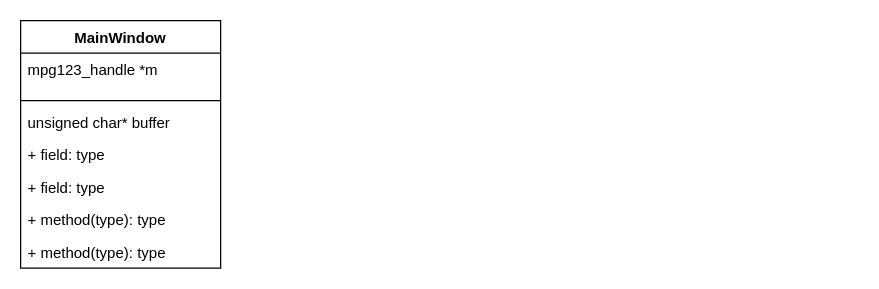
Earlier version of the draw.io diagram Untitled Diagram.drawio (Dmitrius69/soundTest). Source tidied: cells renumbered, new cells numbered last; positions are measured from the earlier drawing's top-left corner, leaving out a move shared by most shapes. Both pictures are drawn from the tidied source at 125%, with x=0, y=0 at pixel (20, 20).
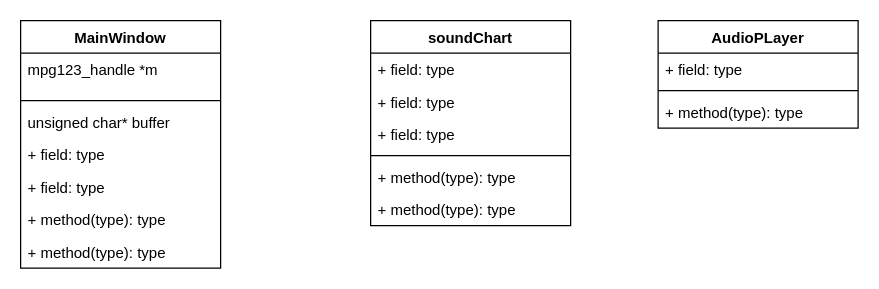
The same page after the edit.

Change to the diagram source:
```diff
@@
+    <mxCell id="10" value="soundChart" style="swimlane;fontStyle=1;align=center;verticalAlign=top;horizontal=1;startSize=26;" parent="1" vertex="1">
+      <mxGeometry x="280" width="160" height="164" as="geometry" />
+    </mxCell>
+    <mxCell id="11" value="+ field: type" style="text;strokeColor=none;fillColor=none;align=left;verticalAlign=top;spacingLeft=4;spacingRight=4;overflow=hidden;" parent="10" vertex="1">
+      <mxGeometry y="26" width="160" height="26" as="geometry" />
+    </mxCell>
+    <mxCell id="12" value="+ field: type" style="text;strokeColor=none;fillColor=none;align=left;verticalAlign=top;spacingLeft=4;spacingRight=4;overflow=hidden;" parent="10" vertex="1">
+      <mxGeometry y="52" width="160" height="26" as="geometry" />
+    </mxCell>
+    <mxCell id="13" value="+ field: type" style="text;strokeColor=none;fillColor=none;align=left;verticalAlign=top;spacingLeft=4;spacingRight=4;overflow=hidden;" parent="10" vertex="1">
+      <mxGeometry y="78" width="160" height="26" as="geometry" />
+    </mxCell>
+    <mxCell id="14" style="line;strokeWidth=1;fillColor=none;align=left;verticalAlign=middle;spacingTop=-1;spacingLeft=3;spacingRight=3;labelPosition=right;" parent="10" vertex="1">
+      <mxGeometry y="104" width="160" height="8" as="geometry" />
+    </mxCell>
+    <mxCell id="15" value="+ method(type): type" style="text;strokeColor=none;fillColor=none;align=left;verticalAlign=top;spacingLeft=4;spacingRight=4;overflow=hidden;" parent="10" vertex="1">
+      <mxGeometry y="112" width="160" height="26" as="geometry" />
+    </mxCell>
+    <mxCell id="16" value="+ method(type): type" style="text;strokeColor=none;fillColor=none;align=left;verticalAlign=top;spacingLeft=4;spacingRight=4;overflow=hidden;" parent="10" vertex="1">
+      <mxGeometry y="138" width="160" height="26" as="geometry" />
+    </mxCell>
+    <mxCell id="17" value="AudioPLayer" style="swimlane;fontStyle=1;align=center;verticalAlign=top;horizontal=1;startSize=26;" parent="1" vertex="1">
+      <mxGeometry x="510" width="160" height="86" as="geometry" />
+    </mxCell>
+    <mxCell id="18" value="+ field: type" style="text;strokeColor=none;fillColor=none;align=left;verticalAlign=top;spacingLeft=4;spacingRight=4;overflow=hidden;" parent="17" vertex="1">
+      <mxGeometry y="26" width="160" height="26" as="geometry" />
+    </mxCell>
+    <mxCell id="19" style="line;strokeWidth=1;fillColor=none;align=left;verticalAlign=middle;spacingTop=-1;spacingLeft=3;spacingRight=3;labelPosition=right;" parent="17" vertex="1">
+      <mxGeometry y="52" width="160" height="8" as="geometry" />
+    </mxCell>
+    <mxCell id="20" value="+ method(type): type" style="text;strokeColor=none;fillColor=none;align=left;verticalAlign=top;spacingLeft=4;spacingRight=4;overflow=hidden;" parent="17" vertex="1">
+      <mxGeometry y="60" width="160" height="26" as="geometry" />
+    </mxCell>
```
